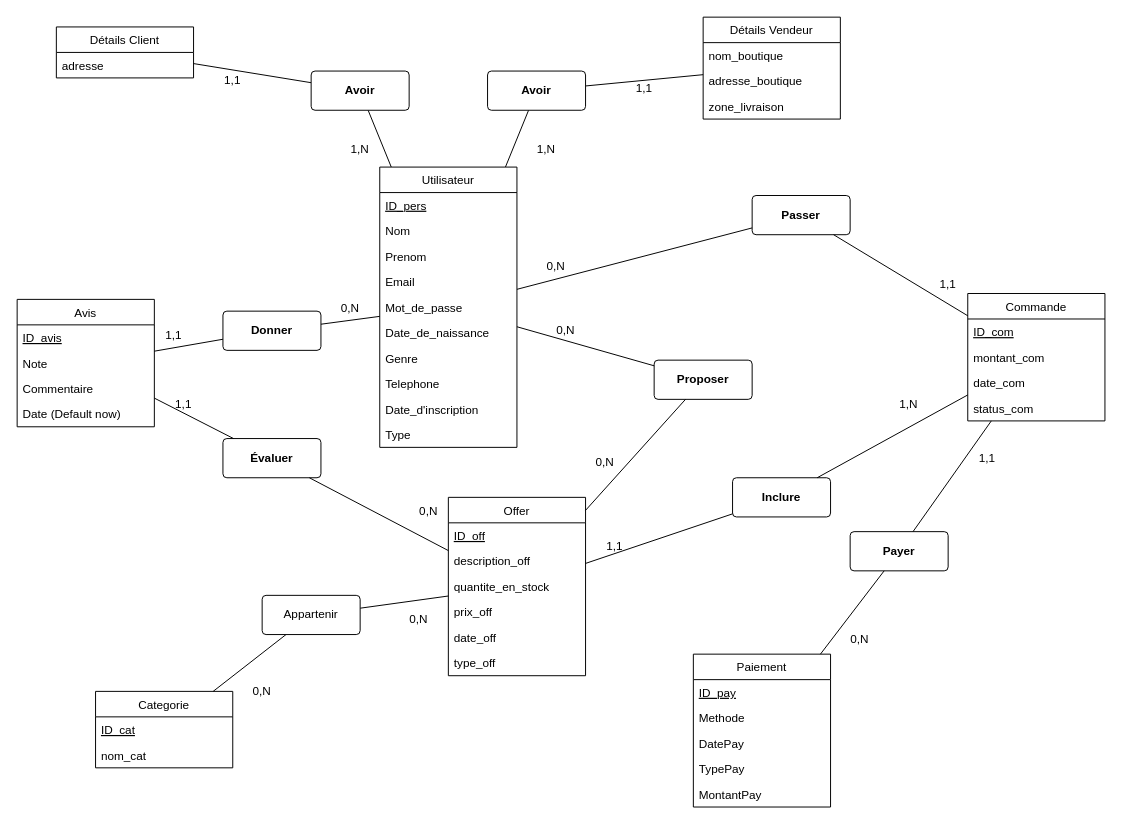
haki24gamer/Taajr keeps this draw.io diagram as Planning/Modelisations.dio. Above is the earlier version. Source tidied: cells renumbered, new cells numbered last; positions are measured from the earlier drawing's top-left corner, leaving out a move shared by most shapes. Both pictures are drawn from the tidied source at 98%, with x=0, y=0 at pixel (17, 17).
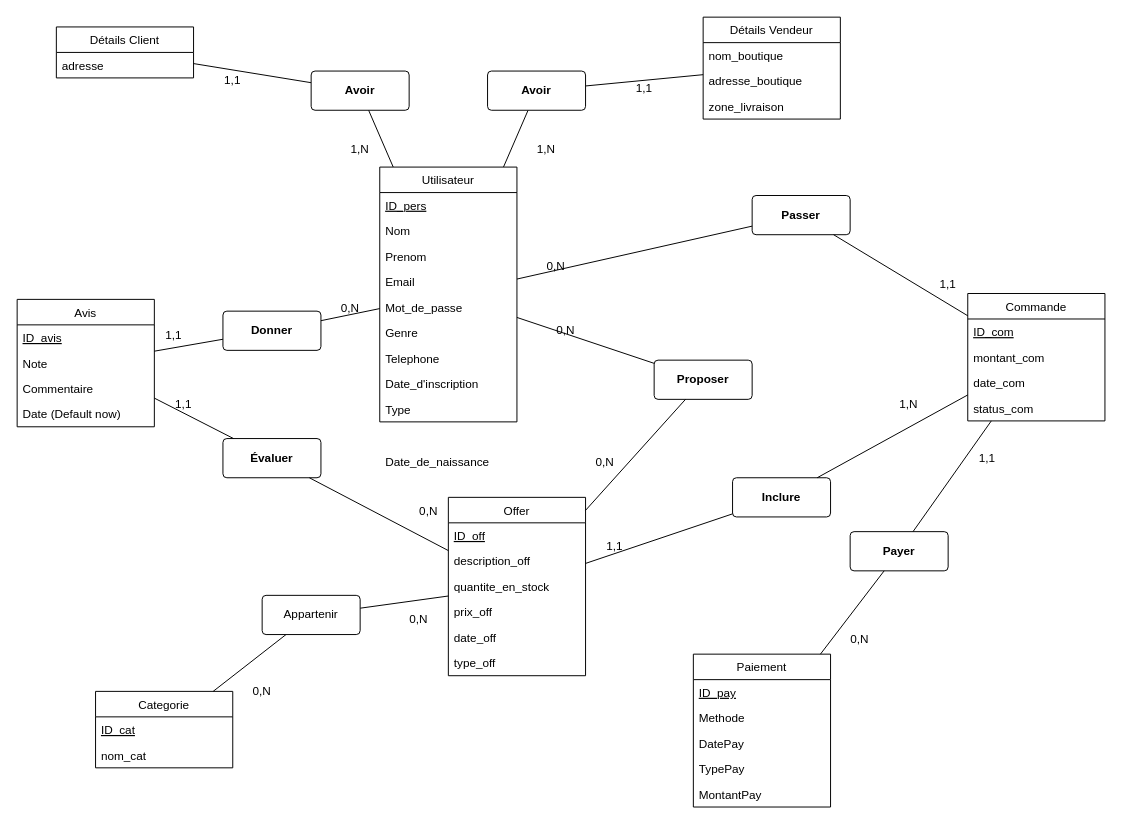
The same diagram, later.

Change to the diagram source:
```diff
@@
     <mxCell id="11" value="Utilisateur" style="swimlane;fontStyle=0;horizontal=1;startSize=26;" parent="1" vertex="1">
-      <mxGeometry x="370" y="153" width="140" height="286" as="geometry" />
+      <mxGeometry x="370" y="153" width="140" height="260" as="geometry" />
     </mxCell>
@@
-    <mxCell id="17" value="Date_de_naissance" style="text;strokeColor=none;fillColor=none;align=left;verticalAlign=top;spacingLeft=4;spacingRight=4;overflow=hidden;" parent="11" vertex="1">
-      <mxGeometry y="156" width="140" height="26" as="geometry" />
-    </mxCell>
     <mxCell id="18" value="Genre" style="text;strokeColor=none;fillColor=none;align=left;verticalAlign=top;spacingLeft=4;spacingRight=4;overflow=hidden;" parent="11" vertex="1">
-      <mxGeometry y="182" width="140" height="26" as="geometry" />
+      <mxGeometry y="156" width="140" height="26" as="geometry" />
     </mxCell>
     <mxCell id="19" value="Telephone" style="text;strokeColor=none;fillColor=none;align=left;verticalAlign=top;spacingLeft=4;spacingRight=4;overflow=hidden;" parent="11" vertex="1">
-      <mxGeometry y="208" width="140" height="26" as="geometry" />
+      <mxGeometry y="182" width="140" height="26" as="geometry" />
     </mxCell>
     <mxCell id="20" value="Date_d'inscription" style="text;strokeColor=none;fillColor=none;align=left;verticalAlign=top;spacingLeft=4;spacingRight=4;overflow=hidden;" parent="11" vertex="1">
-      <mxGeometry y="234" width="140" height="26" as="geometry" />
+      <mxGeometry y="208" width="140" height="26" as="geometry" />
     </mxCell>
     <mxCell id="21" value="Type" style="text;strokeColor=none;fillColor=none;align=left;verticalAlign=top;spacingLeft=4;spacingRight=4;overflow=hidden;" parent="11" vertex="1">
-      <mxGeometry y="260" width="140" height="26" as="geometry" />
+      <mxGeometry y="234" width="140" height="26" as="geometry" />
     </mxCell>
@@
+    <mxCell id="17" value="Date_de_naissance" style="text;strokeColor=none;fillColor=none;align=left;verticalAlign=top;spacingLeft=4;spacingRight=4;overflow=hidden;" parent="1" vertex="1">
+      <mxGeometry x="370" y="440" width="140" height="26" as="geometry" />
+    </mxCell>
```
